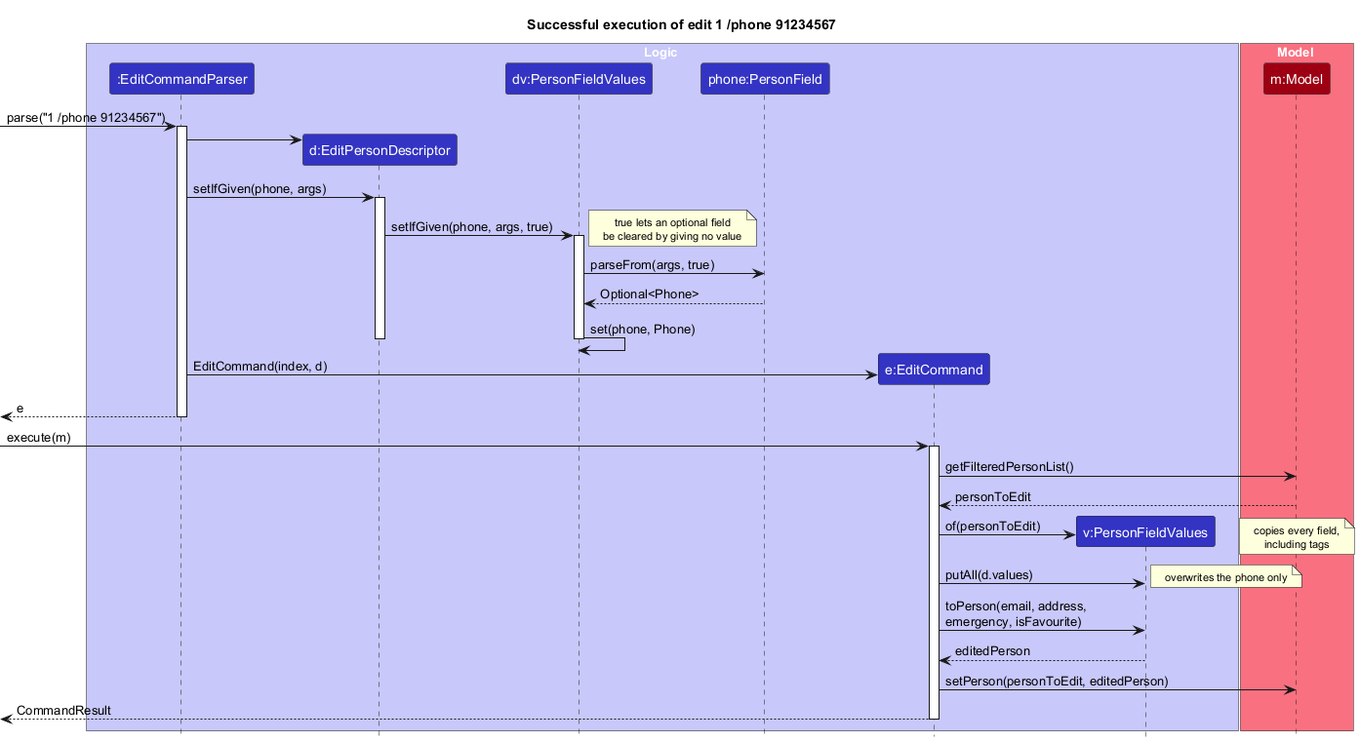
The PlantUML diagram docs/images/EditSequenceDiagram.png in AY2627S1-CS2103T-F10-1/tp, before a commit.
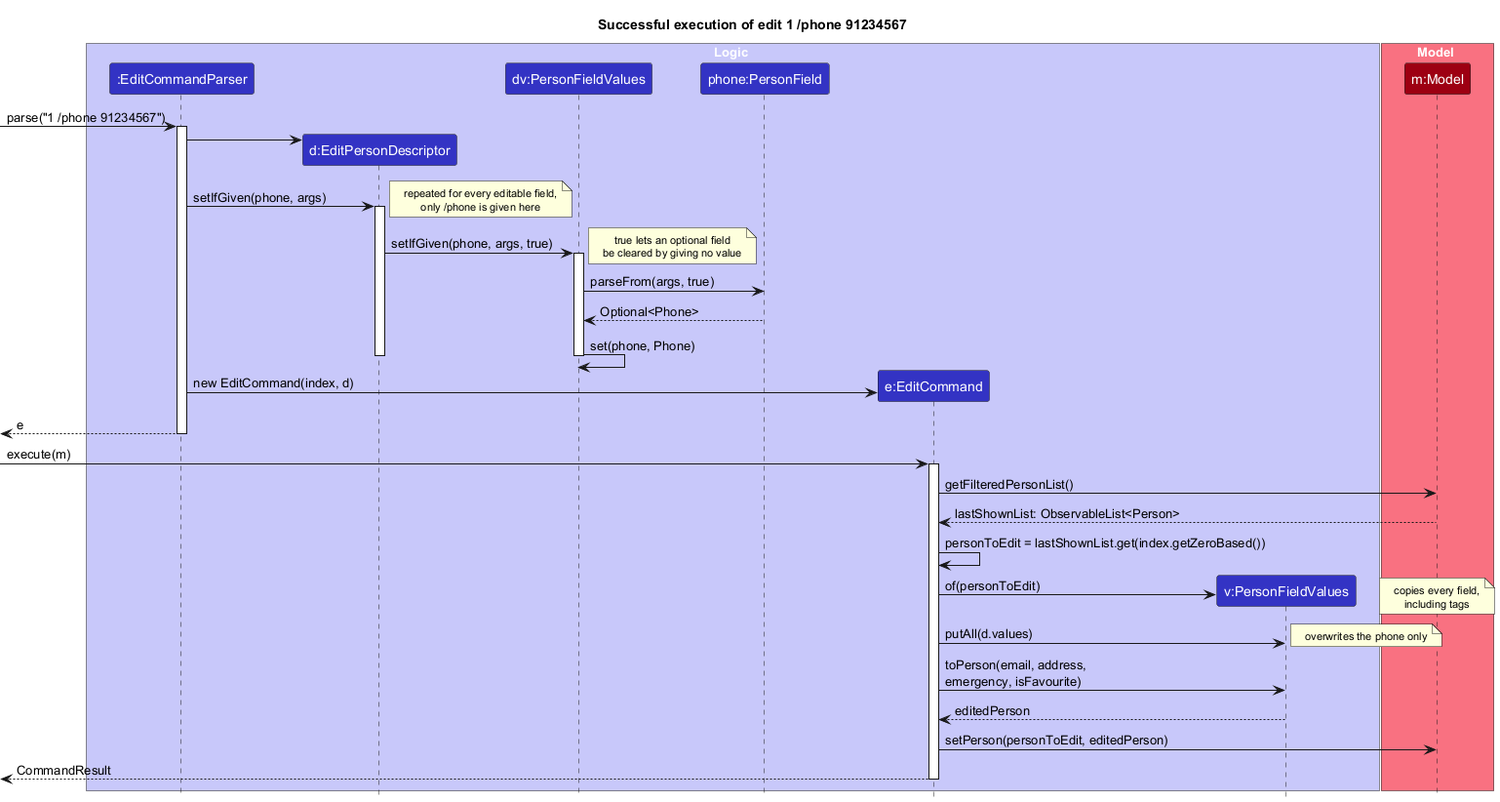
Later version of the same file.

Commit message:
Fix edit sequence diagram for types and labels

What changed in the source:
```diff
@@ -25,6 +25,7 @@
 create EditPersonDescriptor
 EditCommandParser -> EditPersonDescriptor
 EditCommandParser -> EditPersonDescriptor : setIfGiven(phone, args)
+note right: repeated for every editable field,\nonly /phone is given here
 activate EditPersonDescriptor
 EditPersonDescriptor -> DescriptorValues : setIfGiven(phone, args, true)
 note right: true lets an optional field\nbe cleared by giving no value
@@ -36,7 +37,7 @@
 deactivate EditPersonDescriptor
 
 create EditCommand
-EditCommandParser -> EditCommand : EditCommand(index, d)
+EditCommandParser -> EditCommand : new EditCommand(index, d)
 [<-- EditCommandParser : e
 deactivate EditCommandParser
 
@@ -44,7 +45,9 @@
 activate EditCommand
 
 EditCommand -> Model : getFilteredPersonList()
-Model --> EditCommand : personToEdit
+Model --> EditCommand : lastShownList: ObservableList<Person>
+
+EditCommand -> EditCommand : personToEdit = lastShownList.get(index.getZeroBased())
 
 create PersonFieldValues
 EditCommand -> PersonFieldValues : of(personToEdit)
```
